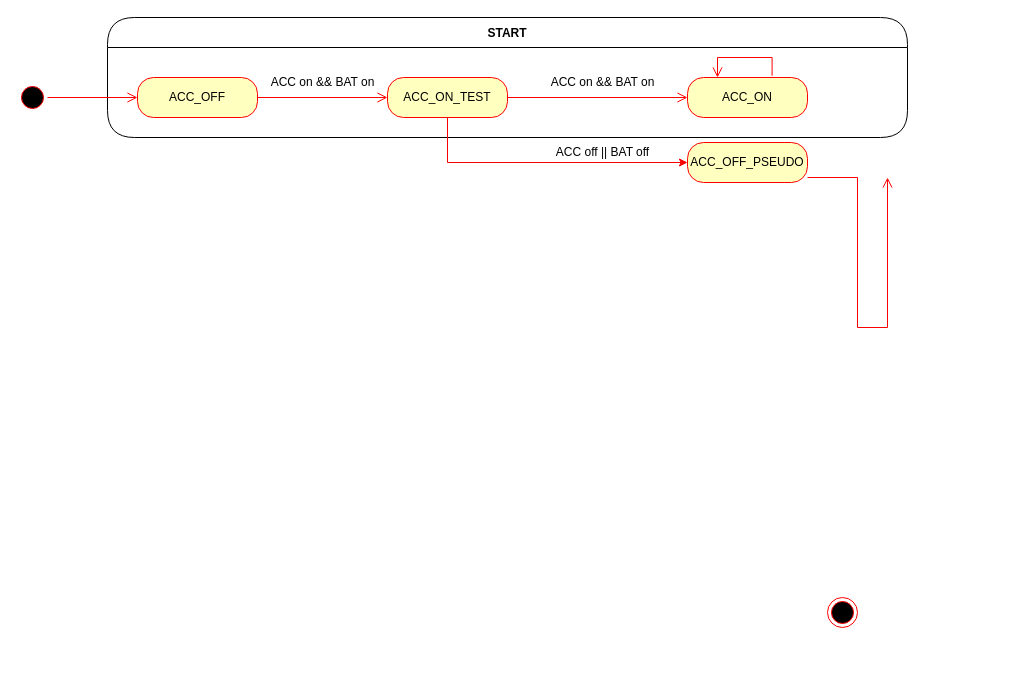
The draw.io diagram page "AccState" (1 of 2) of 제목 없는 다이어그램.drawio in chaeyoonl/state-transition-diagram-test, before the edit. Source tidied: cells renumbered, new cells numbered last; positions are measured from the earlier drawing's top-left corner, leaving out a move shared by most shapes. Both pictures are drawn from the tidied source at 100%, with x=0, y=0 at pixel (17, 17).
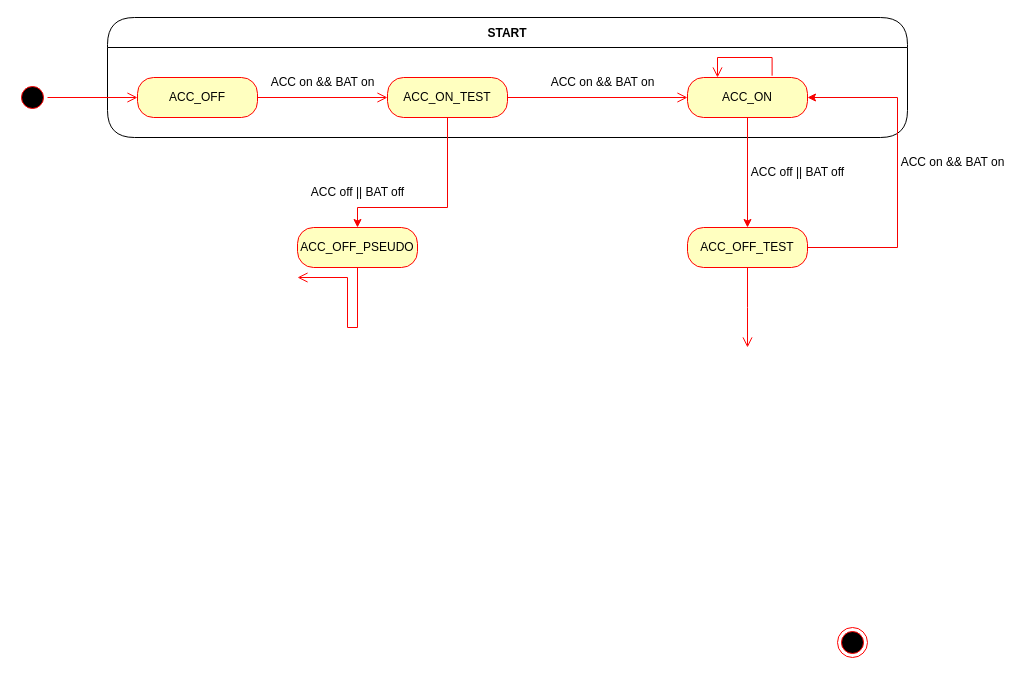
After the change.

Commit message:
제목 없는 다이어그램.drawio 업데이트

Unchanged cells that the change refers to:
```xml
<mxCell id="8" value="ACC_ON" style="rounded=1;whiteSpace=wrap;html=1;arcSize=40;fontColor=#000000;fillColor=#ffffc0;strokeColor=#ff0000;fillStyle=auto;" parent="1" vertex="1">
  <mxGeometry x="670" y="60" width="120" height="40" as="geometry" />
</mxCell>
<mxCell id="11" value="ACC_ON_TEST" style="rounded=1;whiteSpace=wrap;html=1;arcSize=40;fontColor=#000000;fillColor=#ffffc0;strokeColor=#ff0000;fillStyle=auto;" parent="1" vertex="1">
  <mxGeometry x="370" y="60" width="120" height="40" as="geometry" />
</mxCell>
```

The edit, as a diff of the source:
```diff
@@
     <mxCell id="3" style="ellipse;html=1;shape=endState;fillColor=#000000;strokeColor=#ff0000;" parent="1" vertex="1">
-      <mxGeometry x="810" y="580" width="30" height="30" as="geometry" />
+      <mxGeometry x="820" y="610" width="30" height="30" as="geometry" />
     </mxCell>
@@
+    <mxCell id="18" style="edgeStyle=orthogonalEdgeStyle;rounded=0;jettySize=auto;html=1;exitX=0.5;exitY=1;exitDx=0;exitDy=0;entryX=0.5;entryY=0;entryDx=0;entryDy=0;strokeColor=#F70000;" parent="1" edge="1" source="8" target="20">
+      <mxGeometry relative="1" as="geometry" />
+    </mxCell>
@@
-    <mxCell id="10" style="edgeStyle=orthogonalEdgeStyle;rounded=0;jettySize=auto;html=1;exitX=0.5;exitY=1;exitDx=0;exitDy=0;entryX=0;entryY=0.5;entryDx=0;entryDy=0;strokeColor=#F70000;" parent="1" edge="1" source="11" target="15">
+    <mxCell id="10" style="edgeStyle=orthogonalEdgeStyle;rounded=0;jettySize=auto;html=1;exitX=0.5;exitY=1;exitDx=0;exitDy=0;entryX=0.5;entryY=0;entryDx=0;entryDy=0;strokeColor=#F70000;" parent="1" edge="1" source="11" target="15">
       <mxGeometry relative="1" as="geometry">
         <Array as="points">
-          <mxPoint x="430" y="145" />
+          <mxPoint x="430" y="190" />
+          <mxPoint x="340" y="190" />
         </Array>
       </mxGeometry>
     </mxCell>
@@
     <mxCell id="15" value="ACC_OFF_PSEUDO" style="rounded=1;whiteSpace=wrap;html=1;arcSize=40;fontColor=#000000;fillColor=#ffffc0;strokeColor=#ff0000;fillStyle=auto;" parent="1" vertex="1">
-      <mxGeometry x="670" y="125" width="120" height="40" as="geometry" />
+      <mxGeometry x="280" y="210" width="120" height="40" as="geometry" />
     </mxCell>
     <mxCell id="16" style="edgeStyle=orthogonalEdgeStyle;html=1;verticalAlign=bottom;endArrow=open;endSize=8;strokeColor=#ff0000;rounded=0;" parent="1" edge="1" source="15">
       <mxGeometry relative="1" as="geometry">
-        <mxPoint x="870" y="160" as="targetPoint" />
+        <mxPoint x="280" y="260" as="targetPoint" />
         <Array as="points">
-          <mxPoint x="840" y="160" />
-          <mxPoint x="840" y="310" />
+          <mxPoint x="340" y="310" />
+          <mxPoint x="330" y="310" />
+          <mxPoint x="330" y="260" />
         </Array>
       </mxGeometry>
     </mxCell>
     <mxCell id="17" value="ACC off || BAT off" style="text;html=1;align=center;verticalAlign=middle;fillColor=none;strokeColor=none;rounded=0;fillStyle=auto;" parent="1" vertex="1">
-      <mxGeometry x="525" y="120" width="120" height="30" as="geometry" />
+      <mxGeometry x="280" y="160" width="120" height="30" as="geometry" />
     </mxCell>
+    <mxCell id="19" style="edgeStyle=orthogonalEdgeStyle;rounded=0;jettySize=auto;html=1;exitX=1;exitY=0.5;exitDx=0;exitDy=0;entryX=1;entryY=0.5;entryDx=0;entryDy=0;strokeColor=#F70000;" parent="1" edge="1" source="20" target="8">
+      <mxGeometry relative="1" as="geometry">
+        <Array as="points">
+          <mxPoint x="880" y="230" />
+          <mxPoint x="880" y="80" />
+        </Array>
+      </mxGeometry>
+    </mxCell>
+    <mxCell id="20" value="ACC_OFF_TEST" style="rounded=1;whiteSpace=wrap;html=1;arcSize=40;fontColor=#000000;fillColor=#ffffc0;strokeColor=#ff0000;fillStyle=auto;" parent="1" vertex="1">
+      <mxGeometry x="670" y="210" width="120" height="40" as="geometry" />
+    </mxCell>
+    <mxCell id="21" style="edgeStyle=orthogonalEdgeStyle;html=1;verticalAlign=bottom;endArrow=open;endSize=8;strokeColor=#ff0000;rounded=0;" parent="1" edge="1" source="20">
+      <mxGeometry relative="1" as="geometry">
+        <mxPoint x="730" y="330" as="targetPoint" />
+      </mxGeometry>
+    </mxCell>
+    <mxCell id="22" value="ACC off || BAT off" style="text;html=1;align=center;verticalAlign=middle;fillColor=none;strokeColor=none;rounded=0;fillStyle=auto;" parent="1" vertex="1">
+      <mxGeometry x="720" y="140" width="120" height="30" as="geometry" />
+    </mxCell>
+    <mxCell id="23" value="ACC on &amp;amp;&amp;amp; BAT on" style="text;html=1;align=center;verticalAlign=middle;fillColor=none;strokeColor=none;rounded=0;fillStyle=auto;" parent="1" vertex="1">
+      <mxGeometry x="870" y="130" width="130" height="30" as="geometry" />
+    </mxCell>
```
